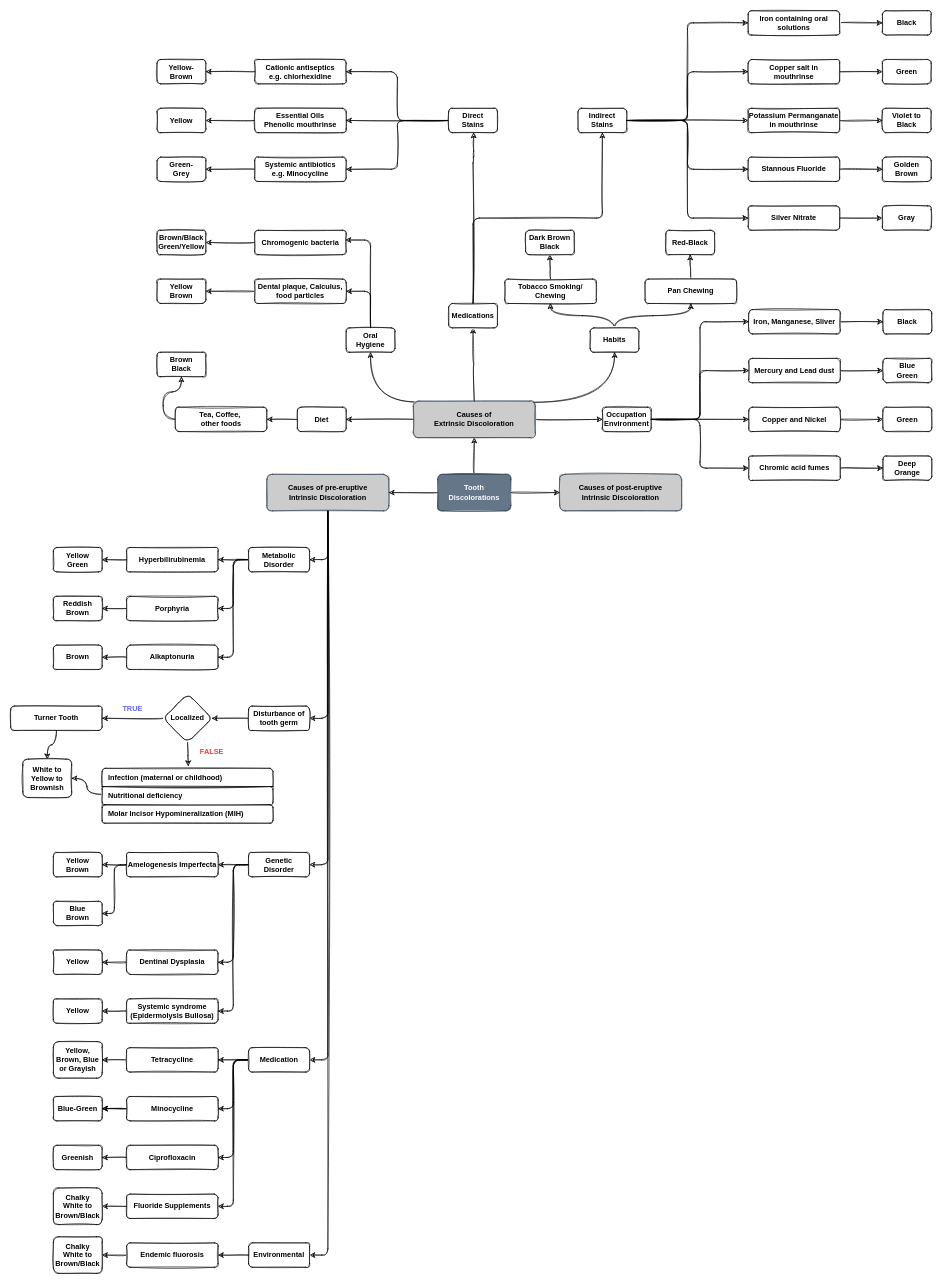
This is page "Etiology" (2 of 2) of Tooth Discolorations.drawio from Muhammad-Nabeel-Sh/Clinical-Decision-Making, a draw.io file, before an edit. Source tidied: cells renumbered, new cells numbered last; positions are measured from the earlier drawing's top-left corner, leaving out a move shared by most shapes. Both pictures are drawn from the tidied source at 61%, with x=0, y=0 at pixel (10, 10).
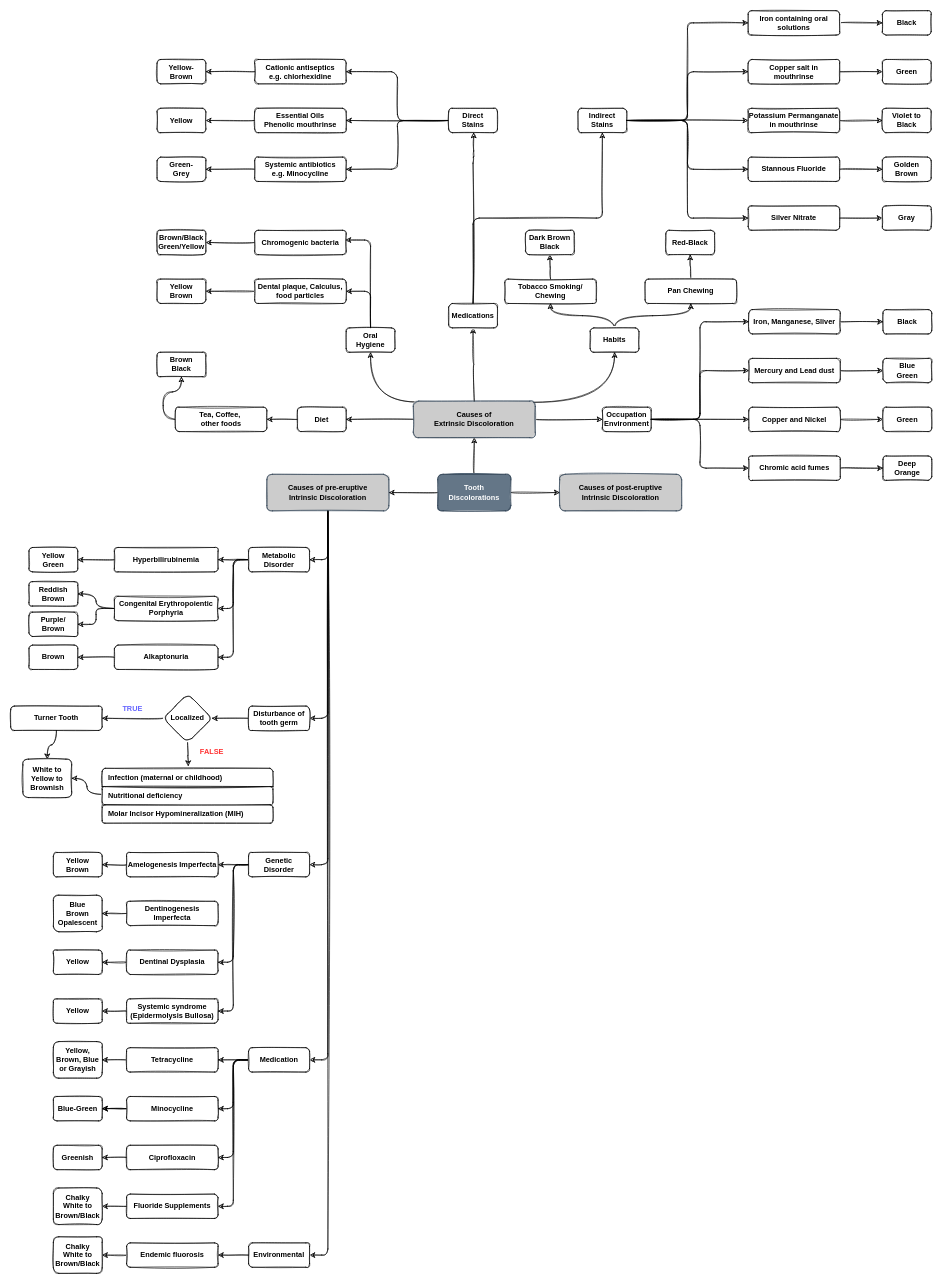
After the change.

Commit message:
Page 2 in progress

The change refers to these unchanged cells:
```xml
<mxCell id="130" value="Amelogenesis Imperfecta" style="whiteSpace=wrap;html=1;rounded=1;sketch=1;fontStyle=1;" parent="1" vertex="1">
  <mxGeometry x="190" y="1380" width="150" height="40" as="geometry" />
</mxCell>
```

Diff of the diagram source:
```diff
@@
     <mxCell id="101" value="Hyperbilirubinemia" style="whiteSpace=wrap;html=1;rounded=1;sketch=1;fontStyle=1;" parent="1" vertex="1">
-      <mxGeometry x="190" y="880" width="150" height="40" as="geometry" />
+      <mxGeometry x="170" y="880" width="170" height="40" as="geometry" />
     </mxCell>
     <mxCell id="102" value="Yellow&lt;br&gt;Green" style="whiteSpace=wrap;html=1;rounded=1;sketch=1;fontStyle=1;" parent="1" vertex="1">
-      <mxGeometry x="70" y="880" width="80" height="40" as="geometry" />
+      <mxGeometry x="30" y="880" width="80" height="40" as="geometry" />
     </mxCell>
@@
+    <mxCell id="162" style="edgeStyle=orthogonalEdgeStyle;rounded=1;sketch=1;jettySize=auto;html=1;entryX=1;entryY=0.5;entryDx=0;entryDy=0;" parent="1" edge="1" source="104" target="163">
+      <mxGeometry relative="1" as="geometry" />
+    </mxCell>
-    <mxCell id="104" value="Porphyria" style="whiteSpace=wrap;html=1;rounded=1;sketch=1;fontStyle=1;" parent="1" vertex="1">
-      <mxGeometry x="190" y="960" width="150" height="40" as="geometry" />
+    <mxCell id="104" value="Congenital Erythropoientic Porphyria" style="whiteSpace=wrap;html=1;rounded=1;sketch=1;fontStyle=1;" parent="1" vertex="1">
+      <mxGeometry x="170" y="960" width="170" height="40" as="geometry" />
     </mxCell>
     <mxCell id="105" value="Reddish Brown" style="whiteSpace=wrap;html=1;rounded=1;sketch=1;fontStyle=1;" parent="1" vertex="1">
-      <mxGeometry x="70" y="960" width="80" height="40" as="geometry" />
+      <mxGeometry x="30" y="936" width="80" height="40" as="geometry" />
     </mxCell>
@@
     <mxCell id="107" value="Alkaptonuria" style="whiteSpace=wrap;html=1;rounded=1;sketch=1;fontStyle=1;" parent="1" vertex="1">
-      <mxGeometry x="190" y="1040" width="150" height="40" as="geometry" />
+      <mxGeometry x="170" y="1040" width="170" height="40" as="geometry" />
     </mxCell>
     <mxCell id="108" value="Brown" style="whiteSpace=wrap;html=1;rounded=1;sketch=1;fontStyle=1;" parent="1" vertex="1">
-      <mxGeometry x="70" y="1040" width="80" height="40" as="geometry" />
+      <mxGeometry x="30" y="1040" width="80" height="40" as="geometry" />
     </mxCell>
@@
-    <mxCell id="129" style="edgeStyle=orthogonalEdgeStyle;rounded=1;sketch=1;jettySize=auto;html=1;entryX=1;entryY=0.5;entryDx=0;entryDy=0;" parent="1" edge="1" source="130" target="132">
-      <mxGeometry relative="1" as="geometry" />
-    </mxCell>
@@
-    <mxCell id="132" value="Blue &lt;br&gt;Brown" style="whiteSpace=wrap;html=1;rounded=1;sketch=1;fontStyle=1;" parent="1" vertex="1">
-      <mxGeometry x="70" y="1460" width="80" height="40" as="geometry" />
+    <mxCell id="132" value="Blue &lt;br&gt;Brown&lt;br&gt;Opalescent" style="whiteSpace=wrap;html=1;rounded=1;sketch=1;fontStyle=1;" parent="1" vertex="1">
+      <mxGeometry x="70" y="1450" width="80" height="60" as="geometry" />
     </mxCell>
@@
+    <mxCell id="163" value="Purple/&lt;br&gt;Brown" style="whiteSpace=wrap;html=1;rounded=1;sketch=1;fontStyle=1;" parent="1" vertex="1">
+      <mxGeometry x="30" y="986" width="80" height="40" as="geometry" />
+    </mxCell>
+    <mxCell id="164" style="edgeStyle=orthogonalEdgeStyle;rounded=1;sketch=1;jettySize=auto;html=1;" parent="1" edge="1" source="165" target="132">
+      <mxGeometry relative="1" as="geometry" />
+    </mxCell>
+    <mxCell id="165" value="Dentinogenesis Imperfecta" style="whiteSpace=wrap;html=1;rounded=1;sketch=1;fontStyle=1;" parent="1" vertex="1">
+      <mxGeometry x="190" y="1460" width="150" height="40" as="geometry" />
+    </mxCell>
```
